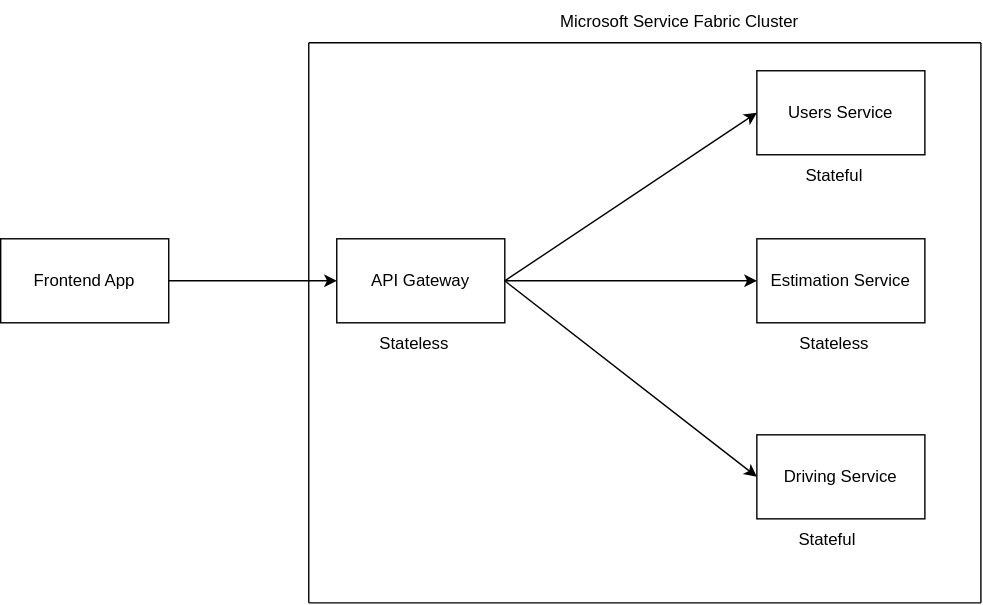
Before: TaxiApp.drawio.svg, a diagram exported from draw.io (dusvn/TaxiAppServiceFabric). Source tidied: cells renumbered, new cells last; positions are measured from the earlier drawing's top-left corner, leaving out a move shared by most shapes. Its diagram source:
```xml
<mxGraphModel>
  <root>
    <mxCell id="0" />
    <mxCell id="1" parent="0" />
    <mxCell id="2" value="API Gateway" style="rounded=0;whiteSpace=wrap;html=1;" parent="1" vertex="1">
      <mxGeometry x="240" y="170" width="120" height="60" as="geometry" />
    </mxCell>
    <mxCell id="3" value="Users Service" style="rounded=0;whiteSpace=wrap;html=1;" parent="1" vertex="1">
      <mxGeometry x="540" y="50" width="120" height="60" as="geometry" />
    </mxCell>
    <mxCell id="4" value="Estimation Service" style="rounded=0;whiteSpace=wrap;html=1;" parent="1" vertex="1">
      <mxGeometry x="540" y="170" width="120" height="60" as="geometry" />
    </mxCell>
    <mxCell id="5" value="Driving Service" style="rounded=0;whiteSpace=wrap;html=1;" parent="1" vertex="1">
      <mxGeometry x="540" y="310" width="120" height="60" as="geometry" />
    </mxCell>
    <mxCell id="6" style="endArrow=classic;html=1;rounded=0;entryX=0;entryY=0.5;entryDx=0;entryDy=0;exitX=1;exitY=0.5;exitDx=0;exitDy=0;" parent="1" edge="1" source="2" target="3">
      <mxGeometry relative="1" as="geometry" />
    </mxCell>
    <mxCell id="7" style="endArrow=classic;html=1;rounded=0;entryX=0;entryY=0.5;entryDx=0;entryDy=0;exitX=1;exitY=0.5;exitDx=0;exitDy=0;" parent="1" edge="1" source="2" target="4">
      <mxGeometry relative="1" as="geometry" />
    </mxCell>
    <mxCell id="8" style="endArrow=classic;html=1;rounded=0;entryX=0;entryY=0.5;entryDx=0;entryDy=0;exitX=1;exitY=0.5;exitDx=0;exitDy=0;" parent="1" edge="1" source="2" target="5">
      <mxGeometry relative="1" as="geometry" />
    </mxCell>
    <mxCell id="9" style="endArrow=none;html=1;rounded=0;" parent="1" edge="1">
      <mxGeometry relative="1" as="geometry">
        <mxPoint x="220" y="430" as="sourcePoint" />
        <mxPoint x="220" y="30" as="targetPoint" />
      </mxGeometry>
    </mxCell>
    <mxCell id="10" style="endArrow=none;html=1;rounded=0;" parent="1" edge="1">
      <mxGeometry relative="1" as="geometry">
        <mxPoint x="220" y="430" as="sourcePoint" />
        <mxPoint x="700" y="430" as="targetPoint" />
      </mxGeometry>
    </mxCell>
    <mxCell id="11" style="endArrow=none;html=1;rounded=0;" parent="1" edge="1">
      <mxGeometry relative="1" as="geometry">
        <mxPoint x="220" y="30" as="sourcePoint" />
        <mxPoint x="700" y="30" as="targetPoint" />
      </mxGeometry>
    </mxCell>
    <mxCell id="12" style="endArrow=none;html=1;rounded=0;" parent="1" edge="1">
      <mxGeometry relative="1" as="geometry">
        <mxPoint x="700" y="430" as="sourcePoint" />
        <mxPoint x="700" y="30" as="targetPoint" />
      </mxGeometry>
    </mxCell>
    <mxCell id="13" value="Stateless" style="text;html=1;align=center;verticalAlign=middle;strokeColor=none;fillColor=none;" parent="1" vertex="1">
      <mxGeometry x="260" y="230" width="70" height="30" as="geometry" />
    </mxCell>
    <mxCell id="14" value="Stateless" style="text;html=1;align=center;verticalAlign=middle;strokeColor=none;fillColor=none;" parent="1" vertex="1">
      <mxGeometry x="560" y="230" width="70" height="30" as="geometry" />
    </mxCell>
    <mxCell id="15" value="Stateful" style="text;html=1;align=center;verticalAlign=middle;strokeColor=none;fillColor=none;" parent="1" vertex="1">
      <mxGeometry x="565" y="110" width="60" height="30" as="geometry" />
    </mxCell>
    <mxCell id="16" value="Stateful" style="text;html=1;align=center;verticalAlign=middle;strokeColor=none;fillColor=none;" parent="1" vertex="1">
      <mxGeometry x="560" y="370" width="60" height="30" as="geometry" />
    </mxCell>
    <mxCell id="17" value="Frontend App" style="rounded=0;whiteSpace=wrap;html=1;" parent="1" vertex="1">
      <mxGeometry y="170" width="120" height="60" as="geometry" />
    </mxCell>
    <mxCell id="18" style="endArrow=classic;html=1;rounded=0;exitX=1;exitY=0.5;exitDx=0;exitDy=0;entryX=0;entryY=0.5;entryDx=0;entryDy=0;" parent="1" edge="1" source="17" target="2">
      <mxGeometry relative="1" as="geometry" />
    </mxCell>
    <mxCell id="19" value="Microsoft Service Fabric Cluster" style="text;html=1;align=center;verticalAlign=middle;whiteSpace=wrap;rounded=0;" parent="1" vertex="1">
      <mxGeometry x="380" width="210" height="30" as="geometry" />
    </mxCell>
  </root>
</mxGraphModel>
```
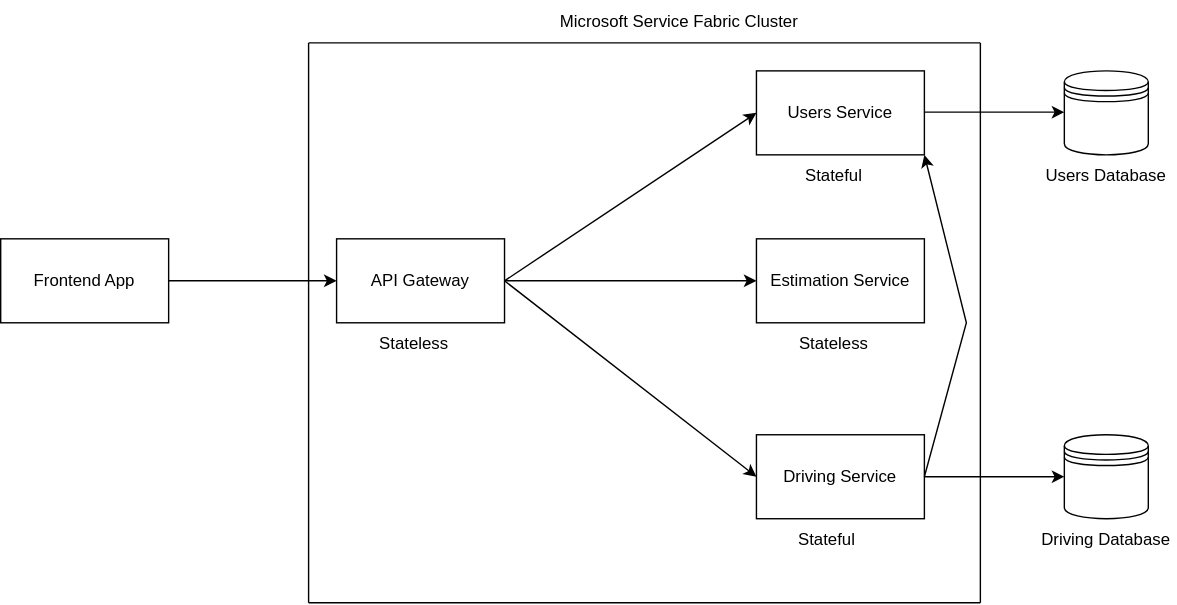
Later version of the same file.

Change to the diagram source:
```diff
@@ -68,5 +68,33 @@
     <mxCell id="19" value="Microsoft Service Fabric Cluster" style="text;html=1;align=center;verticalAlign=middle;whiteSpace=wrap;rounded=0;" parent="1" vertex="1">
       <mxGeometry x="380" width="210" height="30" as="geometry" />
     </mxCell>
+    <mxCell id="20" style="endArrow=classic;html=1;rounded=0;entryX=1;entryY=1;entryDx=0;entryDy=0;exitX=1;exitY=0.5;exitDx=0;exitDy=0;" parent="1" edge="1" source="5" target="3">
+      <mxGeometry relative="1" as="geometry">
+        <Array as="points">
+          <mxPoint x="690" y="230" />
+        </Array>
+      </mxGeometry>
+    </mxCell>
+    <mxCell id="21" style="shape=datastore;whiteSpace=wrap;html=1;" parent="1" vertex="1">
+      <mxGeometry x="760" y="50" width="60" height="60" as="geometry" />
+    </mxCell>
+    <mxCell id="22" style="shape=datastore;whiteSpace=wrap;html=1;" parent="1" vertex="1">
+      <mxGeometry x="760" y="310" width="60" height="60" as="geometry" />
+    </mxCell>
+    <mxCell id="23" style="endArrow=classic;html=1;rounded=0;entryX=0;entryY=0.5;entryDx=0;entryDy=0;exitX=1;exitY=0.5;exitDx=0;exitDy=0;" parent="1" edge="1" source="5" target="22">
+      <mxGeometry relative="1" as="geometry" />
+    </mxCell>
+    <mxCell id="24" style="endArrow=classic;html=1;rounded=0;entryX=0;entryY=0.5;entryDx=0;entryDy=0;exitX=1;exitY=0.5;exitDx=0;exitDy=0;" parent="1" edge="1">
+      <mxGeometry relative="1" as="geometry">
+        <mxPoint x="660" y="79.5" as="sourcePoint" />
+        <mxPoint x="760" y="79.5" as="targetPoint" />
+      </mxGeometry>
+    </mxCell>
+    <mxCell id="25" value="Users Database" style="text;html=1;align=center;verticalAlign=middle;whiteSpace=wrap;rounded=0;" parent="1" vertex="1">
+      <mxGeometry x="740" y="110" width="100" height="30" as="geometry" />
+    </mxCell>
+    <mxCell id="26" value="Driving Database" style="text;html=1;align=center;verticalAlign=middle;whiteSpace=wrap;rounded=0;" parent="1" vertex="1">
+      <mxGeometry x="740" y="370" width="100" height="30" as="geometry" />
+    </mxCell>
   </root>
 </mxGraphModel>
```
